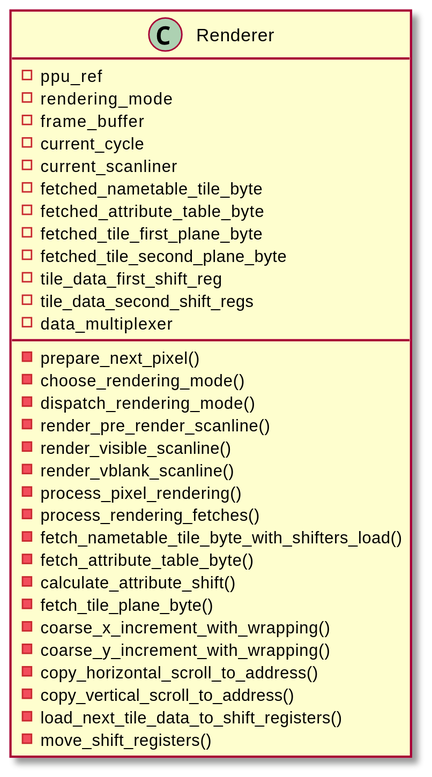
The PlantUML diagram doc/renderer/renderer.svg in Enigma717/yume-nes, before a commit. Source of this version:
```plantuml
@startuml renderer
scale 2
hide empty members

class Renderer {
- ppu_ref
- rendering_mode
- frame_buffer
- current_cycle
- current_scanliner
- fetched_nametable_tile_byte
- fetched_attribute_table_byte
- fetched_tile_first_plane_byte
- fetched_tile_second_plane_byte
- tile_data_first_shift_reg
- tile_data_second_shift_regs
- data_multiplexer

- prepare_next_pixel()
- choose_rendering_mode()
- dispatch_rendering_mode()
- render_pre_render_scanline()
- render_visible_scanline()
- render_vblank_scanline()
- process_pixel_rendering()
- process_rendering_fetches()
- fetch_nametable_tile_byte_with_shifters_load()
- fetch_attribute_table_byte()
- calculate_attribute_shift()
- fetch_tile_plane_byte()
- coarse_x_increment_with_wrapping()
- coarse_y_increment_with_wrapping()
- copy_horizontal_scroll_to_address()
- copy_vertical_scroll_to_address()
- load_next_tile_data_to_shift_registers()
- move_shift_registers()
}
@enduml
```
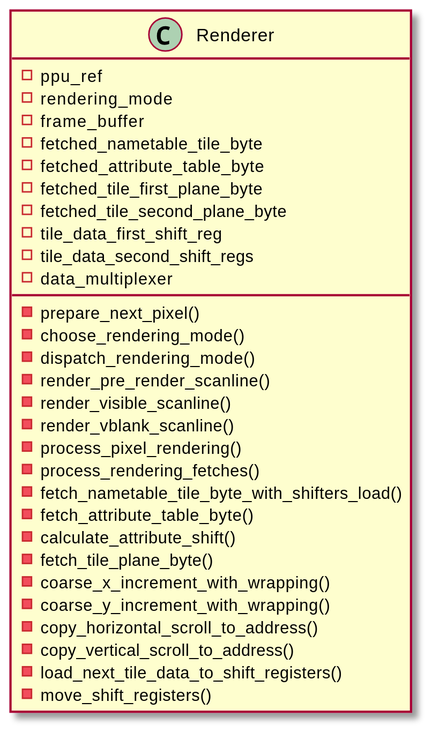
The same diagram one commit later.

Commit message:
Remove current_cycle and current_scanline fields from Renderer

Change to the diagram source:
```diff
@@ -6,8 +6,6 @@
 - ppu_ref
 - rendering_mode
 - frame_buffer
-- current_cycle
-- current_scanliner
 - fetched_nametable_tile_byte
 - fetched_attribute_table_byte
 - fetched_tile_first_plane_byte
```
